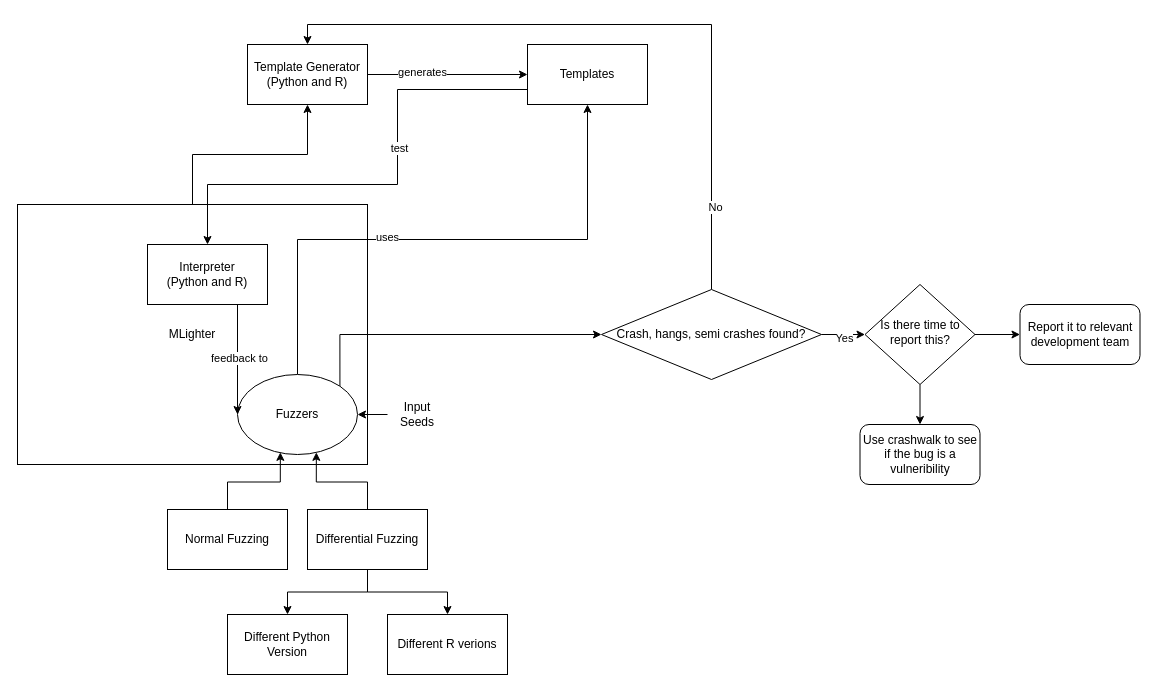
Before: GenAndFuzz.drawio in GloC99/diagrams, a draw.io diagram. Source tidied: cells renumbered, new cells numbered last; positions are measured from the earlier drawing's top-left corner, leaving out a move shared by most shapes. Both pictures are drawn from the tidied source at 100%, with x=0, y=0 at pixel (17, 44).
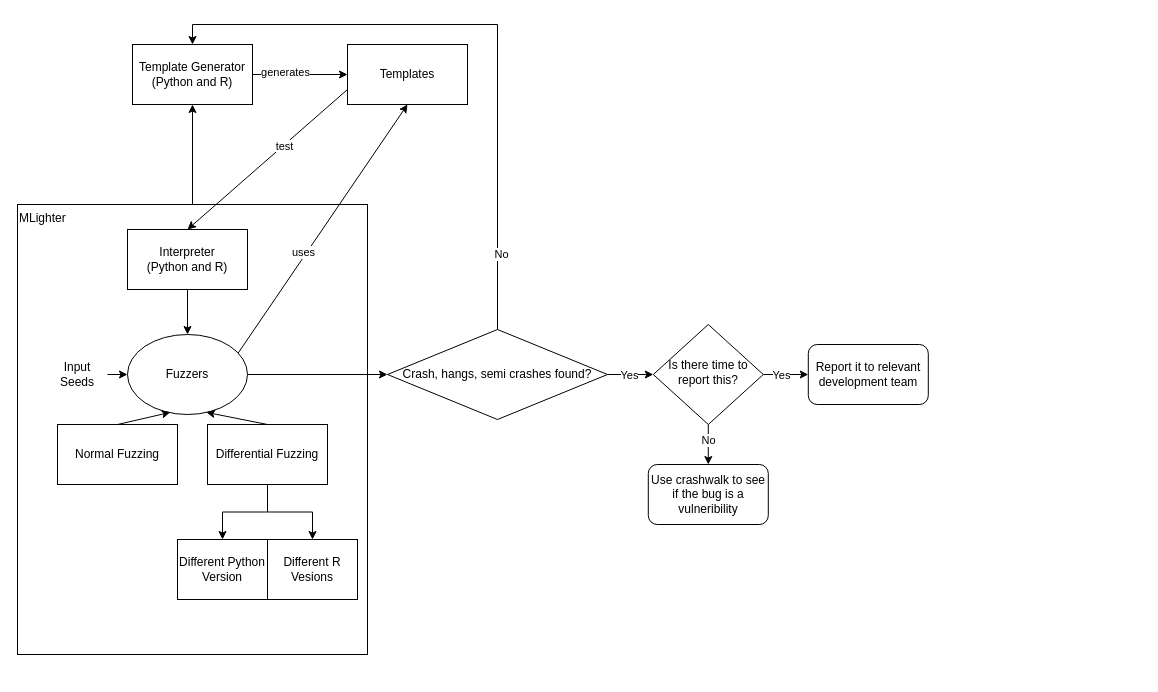
The same diagram, later.

Unchanged cells that the change refers to:
```xml
<mxCell id="29" style="edgeStyle=orthogonalEdgeStyle;rounded=0;jettySize=auto;html=1;exitX=1;exitY=0.5;exitDx=0;exitDy=0;entryX=0;entryY=0.5;entryDx=0;entryDy=0;" parent="1" edge="1" source="31" target="34">
  <mxGeometry relative="1" as="geometry" />
</mxCell>
<mxCell id="32" style="edgeStyle=orthogonalEdgeStyle;rounded=0;jettySize=auto;html=1;" parent="1" edge="1" source="34" target="36">
  <mxGeometry relative="1" as="geometry" />
</mxCell>
<mxCell id="33" style="edgeStyle=orthogonalEdgeStyle;rounded=0;jettySize=auto;html=1;" parent="1" edge="1" source="34" target="35">
  <mxGeometry relative="1" as="geometry" />
</mxCell>
```

The edit, as a diff of the source:
```diff
@@
-    <mxCell id="2" style="edgeStyle=orthogonalEdgeStyle;rounded=0;jettySize=auto;html=1;exitX=0.5;exitY=0;exitDx=0;exitDy=0;entryX=0.5;entryY=1;entryDx=0;entryDy=0;" parent="1" edge="1" source="3" target="6">
+    <mxCell id="2" style="rounded=0;jettySize=auto;html=1;exitX=0.5;exitY=0;exitDx=0;exitDy=0;entryX=0.5;entryY=1;entryDx=0;entryDy=0;" parent="1" edge="1" source="3" target="6">
       <mxGeometry relative="1" as="geometry" />
     </mxCell>
-    <mxCell id="3" value="MLighter" style="rounded=0;whiteSpace=wrap;html=1;" parent="1" vertex="1">
-      <mxGeometry y="160" width="350" height="260" as="geometry" />
+    <mxCell id="3" value="MLighter" style="rounded=0;whiteSpace=wrap;html=1;align=left;verticalAlign=top;" parent="1" vertex="1">
+      <mxGeometry y="160" width="350" height="450" as="geometry" />
     </mxCell>
@@
     <mxCell id="6" value="Template Generator&lt;br&gt;(Python and R)" style="rounded=0;whiteSpace=wrap;html=1;" parent="1" vertex="1">
-      <mxGeometry x="230" width="120" height="60" as="geometry" />
+      <mxGeometry x="115" width="120" height="60" as="geometry" />
     </mxCell>
-    <mxCell id="7" style="edgeStyle=orthogonalEdgeStyle;rounded=0;jettySize=auto;html=1;exitX=0;exitY=0.75;exitDx=0;exitDy=0;entryX=0.5;entryY=0;entryDx=0;entryDy=0;" parent="1" edge="1" source="9" target="18">
-      <mxGeometry relative="1" as="geometry">
-        <Array as="points">
-          <mxPoint x="380" y="45" />
-          <mxPoint x="380" y="140" />
-          <mxPoint x="190" y="140" />
-        </Array>
-      </mxGeometry>
+    <mxCell id="7" style="rounded=0;jettySize=auto;html=1;exitX=0;exitY=0.75;exitDx=0;exitDy=0;entryX=0.5;entryY=0;entryDx=0;entryDy=0;" parent="1" edge="1" source="9" target="18">
+      <mxGeometry relative="1" as="geometry" />
     </mxCell>
     <mxCell id="8" value="test" style="edgeLabel;html=1;align=center;verticalAlign=middle;" parent="7" vertex="1">
-      <mxGeometry x="-0.21" y="1" relative="1" as="geometry" />
+      <mxGeometry x="-0.21" y="1" relative="1" as="geometry">
+        <mxPoint x="-1" as="offset" />
+      </mxGeometry>
     </mxCell>
     <mxCell id="9" value="Templates" style="rounded=0;whiteSpace=wrap;html=1;" parent="1" vertex="1">
-      <mxGeometry x="510" width="120" height="60" as="geometry" />
+      <mxGeometry x="330" width="120" height="60" as="geometry" />
     </mxCell>
-    <mxCell id="10" style="edgeStyle=orthogonalEdgeStyle;rounded=0;jettySize=auto;html=1;exitX=0.5;exitY=0;exitDx=0;exitDy=0;entryX=0.5;entryY=1;entryDx=0;entryDy=0;" parent="1" edge="1" source="13" target="9">
+    <mxCell id="10" style="rounded=0;jettySize=auto;html=1;exitX=0.922;exitY=0.233;exitDx=0;exitDy=0;entryX=0.5;entryY=1;entryDx=0;entryDy=0;exitPerimeter=0;" parent="1" edge="1" source="13" target="9">
       <mxGeometry relative="1" as="geometry" />
     </mxCell>
@@
-    <mxCell id="12" style="edgeStyle=orthogonalEdgeStyle;rounded=0;jettySize=auto;html=1;exitX=1;exitY=0;exitDx=0;exitDy=0;entryX=0;entryY=0.5;entryDx=0;entryDy=0;" parent="1" edge="1" source="13" target="31">
-      <mxGeometry relative="1" as="geometry">
-        <Array as="points">
-          <mxPoint x="322" y="290" />
-          <mxPoint x="584" y="290" />
-        </Array>
-      </mxGeometry>
+    <mxCell id="12" style="rounded=0;jettySize=auto;html=1;exitX=1;exitY=0.5;exitDx=0;exitDy=0;entryX=0;entryY=0.5;entryDx=0;entryDy=0;" parent="1" edge="1" source="13" target="31">
+      <mxGeometry relative="1" as="geometry" />
     </mxCell>
     <mxCell id="13" value="Fuzzers" style="ellipse;whiteSpace=wrap;html=1;" parent="1" vertex="1">
-      <mxGeometry x="220" y="330" width="120" height="80" as="geometry" />
+      <mxGeometry x="110" y="290" width="120" height="80" as="geometry" />
     </mxCell>
-    <mxCell id="14" style="edgeStyle=orthogonalEdgeStyle;rounded=0;jettySize=auto;html=1;exitX=0;exitY=0.5;exitDx=0;exitDy=0;entryX=1;entryY=0.5;entryDx=0;entryDy=0;" parent="1" edge="1" source="15" target="13">
-      <mxGeometry relative="1" as="geometry" />
+    <mxCell id="14" style="rounded=0;jettySize=auto;html=1;exitX=1;exitY=0.5;exitDx=0;exitDy=0;" parent="1" edge="1" source="15">
+      <mxGeometry relative="1" as="geometry">
+        <mxPoint x="110" y="330" as="targetPoint" />
+      </mxGeometry>
     </mxCell>
     <mxCell id="15" value="Input Seeds" style="text;html=1;align=center;verticalAlign=middle;whiteSpace=wrap;rounded=0;" parent="1" vertex="1">
-      <mxGeometry x="370" y="355" width="60" height="30" as="geometry" />
+      <mxGeometry x="30" y="312.5" width="60" height="35" as="geometry" />
     </mxCell>
-    <mxCell id="16" style="edgeStyle=orthogonalEdgeStyle;rounded=0;jettySize=auto;html=1;exitX=0.5;exitY=1;exitDx=0;exitDy=0;entryX=0;entryY=0.5;entryDx=0;entryDy=0;" parent="1" edge="1" source="18" target="13">
-      <mxGeometry relative="1" as="geometry">
-        <Array as="points">
-          <mxPoint x="220" y="260" />
-        </Array>
-      </mxGeometry>
+    <mxCell id="16" style="edgeStyle=orthogonalEdgeStyle;rounded=0;jettySize=auto;html=1;exitX=0.5;exitY=1;exitDx=0;exitDy=0;" parent="1" edge="1" source="18" target="13">
+      <mxGeometry relative="1" as="geometry" />
     </mxCell>
-    <mxCell id="17" value="feedback to" style="edgeLabel;html=1;align=center;verticalAlign=middle;" parent="16" vertex="1">
-      <mxGeometry x="0.18" y="1" relative="1" as="geometry" />
-    </mxCell>
     <mxCell id="18" value="Interpreter&lt;br&gt;(Python and R)" style="rounded=0;whiteSpace=wrap;html=1;" parent="1" vertex="1">
-      <mxGeometry x="130" y="200" width="120" height="60" as="geometry" />
+      <mxGeometry x="110" y="185" width="120" height="60" as="geometry" />
     </mxCell>
     <mxCell id="19" value="Normal Fuzzing" style="rounded=0;whiteSpace=wrap;html=1;" parent="1" vertex="1">
-      <mxGeometry x="150" y="465" width="120" height="60" as="geometry" />
+      <mxGeometry x="40" y="380" width="120" height="60" as="geometry" />
     </mxCell>
@@
     <mxCell id="22" value="Differential Fuzzing" style="rounded=0;whiteSpace=wrap;html=1;" parent="1" vertex="1">
-      <mxGeometry x="290" y="465" width="120" height="60" as="geometry" />
+      <mxGeometry x="190" y="380" width="120" height="60" as="geometry" />
     </mxCell>
-    <mxCell id="23" style="edgeStyle=orthogonalEdgeStyle;rounded=0;jettySize=auto;html=1;exitX=0.5;exitY=0;exitDx=0;exitDy=0;entryX=0.357;entryY=0.973;entryDx=0;entryDy=0;entryPerimeter=0;" parent="1" edge="1" source="19" target="13">
+    <mxCell id="23" style="rounded=0;jettySize=auto;html=1;exitX=0.5;exitY=0;exitDx=0;exitDy=0;entryX=0.357;entryY=0.973;entryDx=0;entryDy=0;entryPerimeter=0;" parent="1" edge="1" source="19" target="13">
       <mxGeometry relative="1" as="geometry" />
     </mxCell>
-    <mxCell id="24" style="edgeStyle=orthogonalEdgeStyle;rounded=0;jettySize=auto;html=1;exitX=0.5;exitY=0;exitDx=0;exitDy=0;entryX=0.657;entryY=0.973;entryDx=0;entryDy=0;entryPerimeter=0;" parent="1" edge="1" source="22" target="13">
+    <mxCell id="24" style="rounded=0;jettySize=auto;html=1;exitX=0.5;exitY=0;exitDx=0;exitDy=0;entryX=0.657;entryY=0.973;entryDx=0;entryDy=0;entryPerimeter=0;" parent="1" edge="1" source="22" target="13">
       <mxGeometry relative="1" as="geometry" />
     </mxCell>
     <mxCell id="25" value="Different Python Version" style="rounded=0;whiteSpace=wrap;html=1;" parent="1" vertex="1">
-      <mxGeometry x="210" y="570" width="120" height="60" as="geometry" />
+      <mxGeometry x="160" y="495" width="90" height="60" as="geometry" />
     </mxCell>
-    <mxCell id="26" value="Different R verions" style="rounded=0;whiteSpace=wrap;html=1;" parent="1" vertex="1">
-      <mxGeometry x="370" y="570" width="120" height="60" as="geometry" />
+    <mxCell id="26" value="Different R Vesions" style="rounded=0;whiteSpace=wrap;html=1;" parent="1" vertex="1">
+      <mxGeometry x="250" y="495" width="90" height="60" as="geometry" />
     </mxCell>
@@
     <mxCell id="30" value="Yes" style="edgeLabel;html=1;align=center;verticalAlign=middle;" parent="29" vertex="1">
-      <mxGeometry x="0.03" y="-3" relative="1" as="geometry" />
+      <mxGeometry x="0.03" y="-3" relative="1" as="geometry">
+        <mxPoint x="-3" y="-3" as="offset" />
+      </mxGeometry>
     </mxCell>
     <mxCell id="31" value="Crash, hangs, semi crashes found?" style="rhombus;whiteSpace=wrap;html=1;" parent="1" vertex="1">
-      <mxGeometry x="584" y="245" width="220" height="90" as="geometry" />
+      <mxGeometry x="370" y="285" width="220" height="90" as="geometry" />
     </mxCell>
@@
+    <mxCell id="37" value="No" style="edgeLabel;html=1;align=center;verticalAlign=middle;" parent="32" vertex="1">
+      <mxGeometry x="-0.24" y="3" relative="1" as="geometry">
+        <mxPoint x="-3" as="offset" />
+      </mxGeometry>
+    </mxCell>
@@
+    <mxCell id="38" value="Yes" style="edgeLabel;html=1;align=center;verticalAlign=middle;" parent="33" vertex="1">
+      <mxGeometry x="-0.44" y="3" relative="1" as="geometry">
+        <mxPoint x="5" y="3" as="offset" />
+      </mxGeometry>
+    </mxCell>
     <mxCell id="34" value="Is there time to report this?" style="rhombus;whiteSpace=wrap;html=1;shadow=0;fontFamily=Helvetica;fontSize=12;align=center;strokeWidth=1;spacing=6;spacingTop=-4;" parent="1" vertex="1">
-      <mxGeometry x="847.5" y="240" width="110" height="100" as="geometry" />
+      <mxGeometry x="635.8" y="280" width="110" height="100" as="geometry" />
     </mxCell>
     <mxCell id="35" value="Report it to relevant development team" style="rounded=1;whiteSpace=wrap;html=1;" parent="1" vertex="1">
-      <mxGeometry x="1002.5" y="260" width="120" height="60" as="geometry" />
+      <mxGeometry x="790.8" y="300" width="120" height="60" as="geometry" />
     </mxCell>
     <mxCell id="36" value="Use crashwalk to see if the bug is a vulneribility" style="rounded=1;whiteSpace=wrap;html=1;" parent="1" vertex="1">
-      <mxGeometry x="842.5" y="380" width="120" height="60" as="geometry" />
+      <mxGeometry x="630.8" y="420" width="120" height="60" as="geometry" />
     </mxCell>
```
